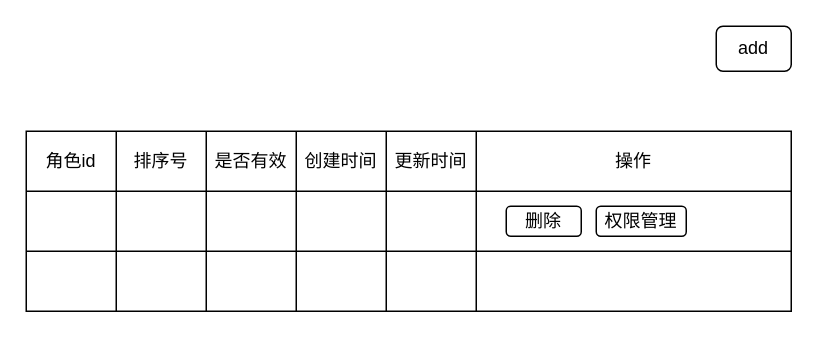
The draw.io diagram 角色列表.drawio in hanchanghai/test, before the edit. Source tidied: cells renumbered, new cells numbered last; positions are measured from the earlier drawing's top-left corner, leaving out a move shared by most shapes. Both pictures are drawn from the tidied source at 150%, with x=0, y=0 at pixel (26, 26).
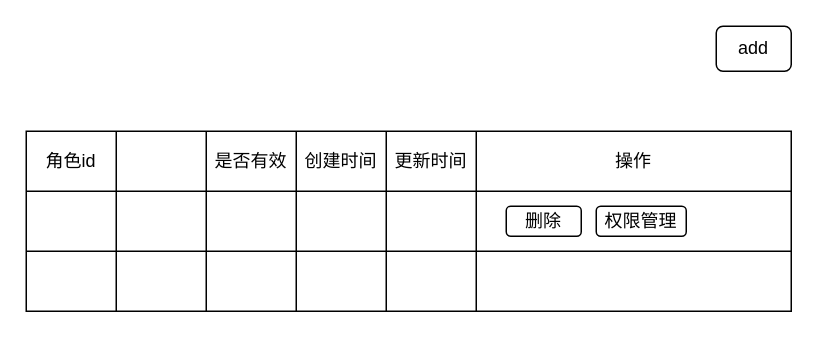
The same page after the edit.

The change refers to these unchanged cells:
```xml
<mxCell id="3" style="shape=partialRectangle;html=1;whiteSpace=wrap;fillColor=none;top=0;left=0;bottom=0;right=0;" parent="2" vertex="1">
  <mxGeometry width="510" height="40" as="geometry" />
</mxCell>
```

What changed in the source:
```diff
@@
-    <mxCell id="5" value="排序号" style="shape=partialRectangle;html=1;whiteSpace=wrap;overflow=hidden;fillColor=none;top=0;left=0;bottom=0;right=0;" parent="3" vertex="1">
+    <mxCell id="5" style="shape=partialRectangle;html=1;whiteSpace=wrap;overflow=hidden;fillColor=none;top=0;left=0;bottom=0;right=0;" parent="3" vertex="1">
       <mxGeometry x="60" width="60" height="40" as="geometry" />
     </mxCell>
```
